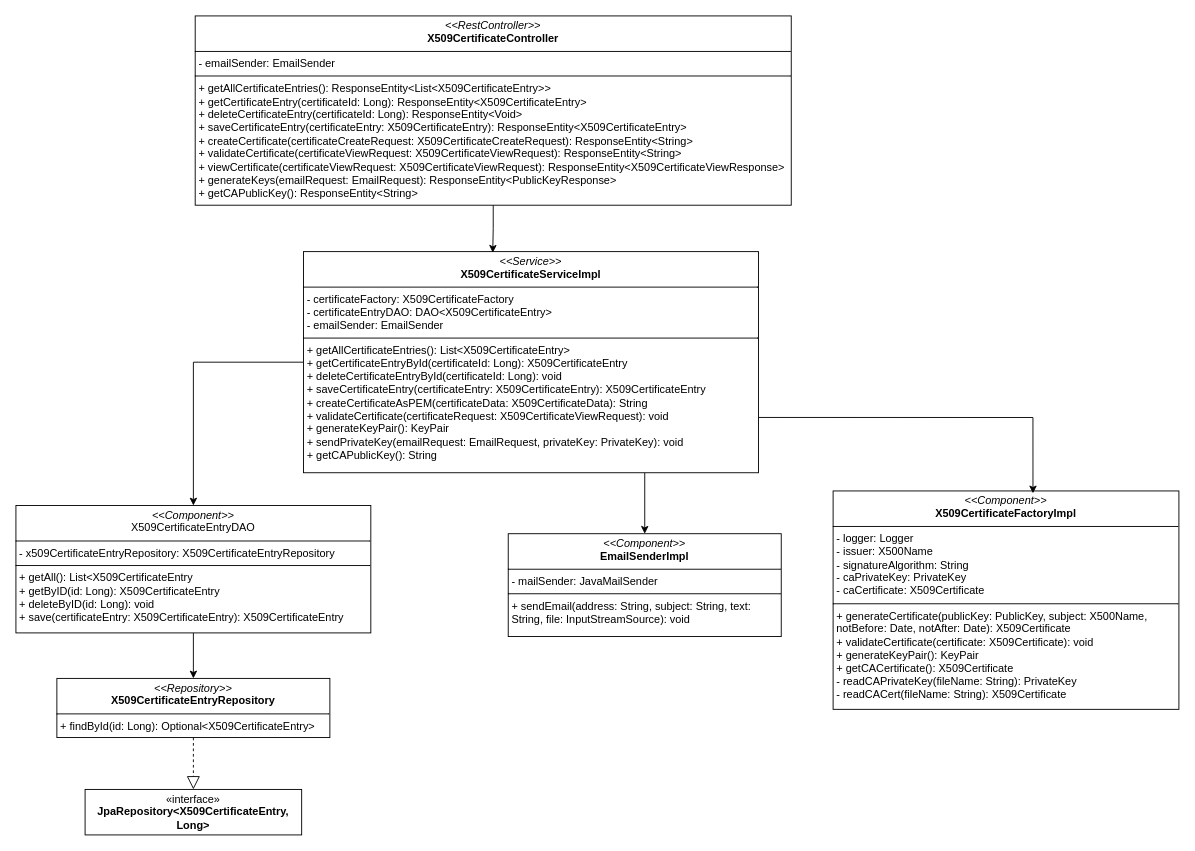
jamestesting0/certification-authority-backend keeps this draw.io diagram as assets/diagrams/certificate_service_uml.drawio. Above is the earlier version. Source tidied: cells renumbered, new cells numbered last; positions are measured from the earlier drawing's top-left corner, leaving out a move shared by most shapes. Both pictures are drawn from the tidied source at 91%, with x=0, y=0 at pixel (15, 15).
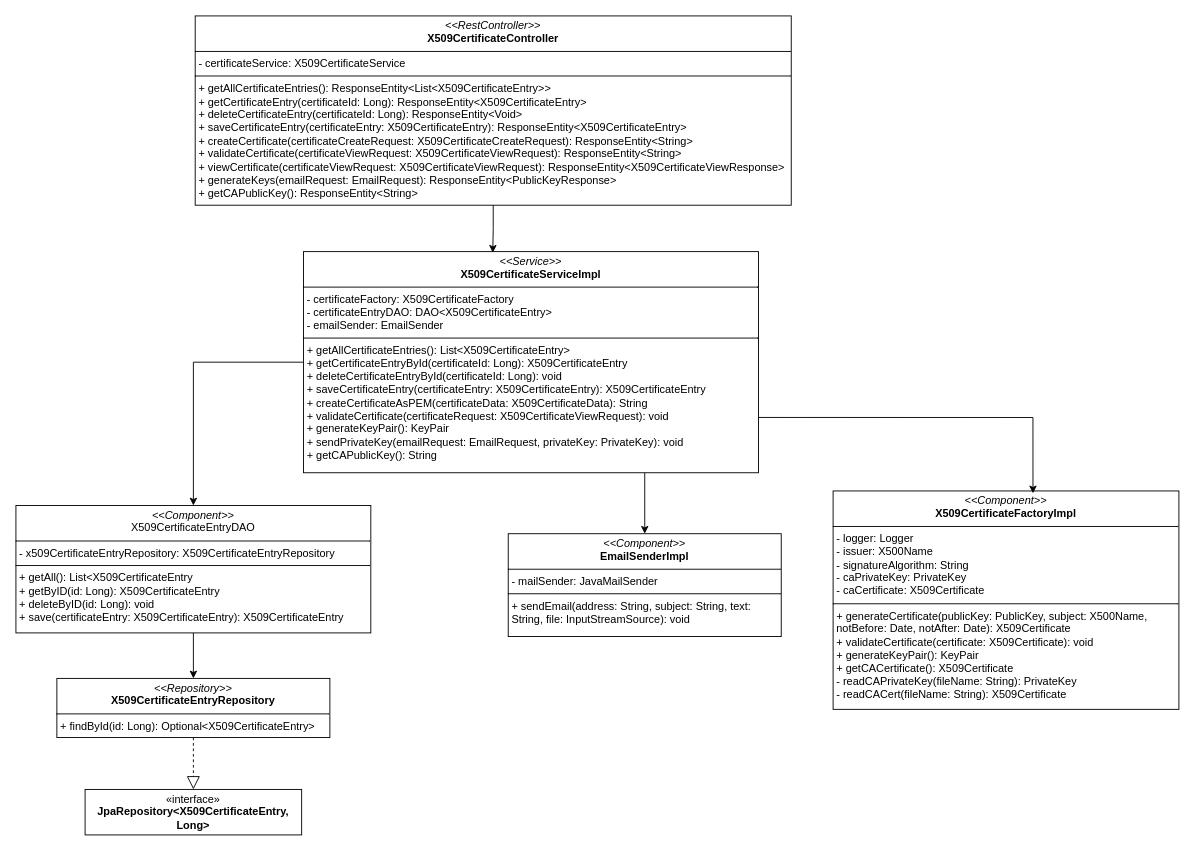
Above is the later version.

Commit message:
update UML diagram

The edit, as a diff of the source:
```diff
@@
 <mxGraphModel>
   <root>
     <mxCell id="0" />
     <mxCell id="1" parent="0" />
     <mxCell id="2" style="edgeStyle=orthogonalEdgeStyle;rounded=0;jettySize=auto;html=1;exitX=0;exitY=0.5;exitDx=0;exitDy=0;" parent="1" edge="1" source="4" target="8">
       <mxGeometry relative="1" as="geometry" />
     </mxCell>
     <mxCell id="3" style="edgeStyle=orthogonalEdgeStyle;rounded=0;jettySize=auto;html=1;exitX=0.75;exitY=1;exitDx=0;exitDy=0;" parent="1" edge="1" source="4" target="6">
       <mxGeometry relative="1" as="geometry" />
     </mxCell>
     <mxCell id="4" value="&lt;p style=&quot;margin:0px;margin-top:4px;text-align:center;&quot;&gt;&lt;i&gt;&amp;lt;&amp;lt;Service&amp;gt;&amp;gt;&lt;/i&gt;&lt;br&gt;&lt;b&gt;X509CertificateServiceImpl&lt;/b&gt;&lt;/p&gt;&lt;hr size=&quot;1&quot; style=&quot;border-style:solid;&quot;&gt;&lt;p style=&quot;margin:0px;margin-left:4px;&quot;&gt;- certificateFactory: X509CertificateFactory&lt;br&gt;- certificateEntryDAO: DAO&amp;lt;X509CertificateEntry&amp;gt;&lt;br&gt;&lt;/p&gt;&lt;p style=&quot;margin:0px;margin-left:4px;&quot;&gt;- emailSender: EmailSender&amp;nbsp;&lt;br&gt;&lt;/p&gt;&lt;hr size=&quot;1&quot; style=&quot;border-style:solid;&quot;&gt;&lt;p style=&quot;margin:0px;margin-left:4px;&quot;&gt;+ getAllCertificateEntries(): List&amp;lt;X509CertificateEntry&amp;gt;&lt;br&gt;+ getCertificateEntryById(certificateId: Long): X509CertificateEntry&lt;br&gt;+ deleteCertificateEntryById(certificateId: Long): void&lt;br&gt;+ saveCertificateEntry(certificateEntry: X509CertificateEntry): X509CertificateEntry&lt;br&gt;+ createCertificateAsPEM(certificateData: X509CertificateData): String&lt;br&gt;+ validateCertificate(certificateRequest: X509CertificateViewRequest): void&lt;br&gt;+ generateKeyPair(): KeyPair&lt;br&gt;+ sendPrivateKey(emailRequest: EmailRequest, privateKey: PrivateKey): void&lt;br&gt;+ getCAPublicKey(): String&amp;nbsp; &amp;nbsp;&amp;nbsp;&lt;br&gt;&lt;/p&gt;" style="verticalAlign=top;align=left;overflow=fill;html=1;whiteSpace=wrap;" parent="1" vertex="1">
       <mxGeometry x="316" y="259" width="500" height="243" as="geometry" />
     </mxCell>
     <mxCell id="5" value="&lt;p style=&quot;margin:0px;margin-top:4px;text-align:center;&quot;&gt;&lt;i&gt;&amp;lt;&amp;lt;Component&amp;gt;&amp;gt;&lt;/i&gt;&lt;br&gt;&lt;b&gt;X509CertificateFactoryImpl&lt;/b&gt;&lt;/p&gt;&lt;hr size=&quot;1&quot; style=&quot;border-style:solid;&quot;&gt;&lt;p style=&quot;margin:0px;margin-left:4px;&quot;&gt;- logger: Logger&lt;/p&gt;&lt;p style=&quot;margin:0px;margin-left:4px;&quot;&gt;- issuer: X500Name&lt;/p&gt;&lt;p style=&quot;margin:0px;margin-left:4px;&quot;&gt;- signatureAlgorithm: String&lt;/p&gt;&lt;p style=&quot;margin:0px;margin-left:4px;&quot;&gt;- caPrivateKey: PrivateKey&lt;/p&gt;&lt;p style=&quot;margin:0px;margin-left:4px;&quot;&gt;- caCertificate: X509Certificate&lt;br&gt;&lt;/p&gt;&lt;hr size=&quot;1&quot; style=&quot;border-style:solid;&quot;&gt;&lt;p style=&quot;margin:0px;margin-left:4px;&quot;&gt;+ generateCertificate(publicKey: PublicKey, subject: X500Name, notBefore: Date, notAfter: Date): X509Certificate&lt;br&gt;+ validateCertificate(certificate: X509Certificate): void&lt;br&gt;+ generateKeyPair(): KeyPair&lt;br&gt;+ getCACertificate(): X509Certificate&lt;br&gt;- readCAPrivateKey(fileName: String): PrivateKey&lt;br&gt;- readCACert(fileName: String): X509Certificate&amp;nbsp;&lt;br&gt;&lt;/p&gt;" style="verticalAlign=top;align=left;overflow=fill;html=1;whiteSpace=wrap;" parent="1" vertex="1">
       <mxGeometry x="898" y="522" width="380" height="240" as="geometry" />
     </mxCell>
     <mxCell id="6" value="&lt;p style=&quot;margin:0px;margin-top:4px;text-align:center;&quot;&gt;&lt;i&gt;&amp;lt;&amp;lt;Component&amp;gt;&amp;gt;&lt;/i&gt;&lt;br&gt;&lt;b&gt;EmailSenderImpl&lt;/b&gt;&lt;/p&gt;&lt;hr size=&quot;1&quot; style=&quot;border-style:solid;&quot;&gt;&lt;p style=&quot;margin:0px;margin-left:4px;&quot;&gt;- mailSender: JavaMailSender&amp;nbsp;&amp;nbsp;&lt;/p&gt;&lt;hr size=&quot;1&quot; style=&quot;border-style:solid;&quot;&gt;&lt;p style=&quot;margin:0px;margin-left:4px;&quot;&gt;+ sendEmail(address: String, subject: String, text: String, file: InputStreamSource): void&lt;br&gt;&lt;/p&gt;" style="verticalAlign=top;align=left;overflow=fill;html=1;whiteSpace=wrap;" parent="1" vertex="1">
       <mxGeometry x="541" y="569" width="300" height="113" as="geometry" />
     </mxCell>
     <mxCell id="7" style="edgeStyle=orthogonalEdgeStyle;rounded=0;jettySize=auto;html=1;exitX=0.5;exitY=1;exitDx=0;exitDy=0;entryX=0.5;entryY=0;entryDx=0;entryDy=0;" parent="1" edge="1" source="8" target="10">
       <mxGeometry relative="1" as="geometry" />
     </mxCell>
     <mxCell id="8" value="&lt;p style=&quot;margin:0px;margin-top:4px;text-align:center;&quot;&gt;&lt;i&gt;&amp;lt;&amp;lt;Component&amp;gt;&amp;gt;&lt;/i&gt;&lt;br&gt;X509CertificateEntryDAO&lt;br&gt;&lt;/p&gt;&lt;hr size=&quot;1&quot; style=&quot;border-style:solid;&quot;&gt;&lt;p style=&quot;margin:0px;margin-left:4px;&quot;&gt;- x509CertificateEntryRepository: X509CertificateEntryRepository&lt;br&gt;&lt;/p&gt;&lt;hr size=&quot;1&quot; style=&quot;border-style:solid;&quot;&gt;&lt;p style=&quot;margin:0px;margin-left:4px;&quot;&gt;+ getAll(): List&amp;lt;X509CertificateEntry&lt;/p&gt;&lt;p style=&quot;margin:0px;margin-left:4px;&quot;&gt;+ getByID(id: Long): X509CertificateEntry&lt;/p&gt;&lt;p style=&quot;margin:0px;margin-left:4px;&quot;&gt;+ deleteByID(id: Long): void&lt;/p&gt;&lt;p style=&quot;margin:0px;margin-left:4px;&quot;&gt;+ save(certificateEntry: X509CertificateEntry): X509CertificateEntry&lt;br&gt;&lt;/p&gt;" style="verticalAlign=top;align=left;overflow=fill;html=1;whiteSpace=wrap;" parent="1" vertex="1">
       <mxGeometry y="538" width="390" height="140" as="geometry" />
     </mxCell>
     <mxCell id="9" style="edgeStyle=orthogonalEdgeStyle;rounded=0;jettySize=auto;html=1;exitX=1;exitY=0.75;exitDx=0;exitDy=0;entryX=0.578;entryY=0.011;entryDx=0;entryDy=0;entryPerimeter=0;" parent="1" edge="1" source="4" target="5">
       <mxGeometry relative="1" as="geometry" />
     </mxCell>
     <mxCell id="10" value="&lt;p style=&quot;margin:0px;margin-top:4px;text-align:center;&quot;&gt;&lt;i&gt;&amp;lt;&amp;lt;Repository&amp;gt;&amp;gt;&lt;/i&gt;&lt;br&gt;&lt;b&gt;X509CertificateEntryRepository&lt;/b&gt;&lt;/p&gt;&lt;hr size=&quot;1&quot; style=&quot;border-style:solid;&quot;&gt;&lt;p style=&quot;margin:0px;margin-left:4px;&quot;&gt;&lt;span class=&quot;hljs-operator&quot;&gt;+&lt;/span&gt; findById(id: Long): Optional&lt;span class=&quot;hljs-operator&quot;&gt;&amp;lt;&lt;/span&gt;X509CertificateEntry&lt;span class=&quot;hljs-operator&quot;&gt;&amp;gt;&lt;/span&gt;&lt;br&gt;&lt;/p&gt;" style="verticalAlign=top;align=left;overflow=fill;html=1;whiteSpace=wrap;" parent="1" vertex="1">
       <mxGeometry x="45" y="728" width="300" height="65" as="geometry" />
     </mxCell>
     <mxCell id="11" style="endArrow=block;dashed=1;endFill=0;endSize=12;html=1;rounded=0;exitX=0.5;exitY=1;exitDx=0;exitDy=0;entryX=0.5;entryY=0;entryDx=0;entryDy=0;" parent="1" edge="1" source="10" target="12">
       <mxGeometry relative="1" as="geometry" />
     </mxCell>
     <mxCell id="12" value="«interface»&lt;br&gt;&lt;b&gt;JpaRepository&amp;lt;X509CertificateEntry, Long&amp;gt;&lt;/b&gt;" style="html=1;whiteSpace=wrap;" parent="1" vertex="1">
       <mxGeometry x="76" y="850" width="238" height="50" as="geometry" />
     </mxCell>
-    <mxCell id="13" value="&lt;p style=&quot;margin:0px;margin-top:4px;text-align:center;&quot;&gt;&lt;i&gt;&amp;lt;&amp;lt;RestController&amp;gt;&amp;gt;&lt;/i&gt;&lt;br&gt;&lt;b&gt;X509CertificateController&lt;/b&gt;&lt;/p&gt;&lt;hr size=&quot;1&quot; style=&quot;border-style:solid;&quot;&gt;&lt;p style=&quot;margin: 0px 0px 0px 4px;&quot;&gt;- emailSender: EmailSender&amp;nbsp;&lt;br&gt;&lt;/p&gt;&lt;hr style=&quot;border-style: solid;&quot; size=&quot;1&quot;&gt;&lt;p style=&quot;margin: 0px 0px 0px 4px;&quot;&gt;&lt;span style=&quot;background-color: initial;&quot;&gt;+ getAllCertificateEntries(): ResponseEntity&amp;lt;List&lt;/span&gt;&lt;span style=&quot;background-color: initial;&quot; class=&quot;hljs-tag&quot;&gt;&amp;lt;&lt;span class=&quot;hljs-name&quot;&gt;X509CertificateEntry&lt;/span&gt;&amp;gt;&lt;/span&gt;&lt;span style=&quot;background-color: initial;&quot;&gt;&amp;gt;&lt;/span&gt;&lt;br&gt;&lt;/p&gt;&lt;p style=&quot;margin:0px;margin-left:4px;&quot;&gt;+ getCertificateEntry(certificateId: Long): ResponseEntity&lt;span class=&quot;hljs-tag&quot;&gt;&amp;lt;&lt;span class=&quot;hljs-name&quot;&gt;X509CertificateEntry&lt;/span&gt;&amp;gt;&lt;/span&gt;&lt;br&gt;+ deleteCertificateEntry(certificateId: Long): ResponseEntity&lt;span class=&quot;hljs-tag&quot;&gt;&amp;lt;&lt;span class=&quot;hljs-name&quot;&gt;Void&lt;/span&gt;&amp;gt;&lt;/span&gt;&lt;br&gt;+ saveCertificateEntry(certificateEntry: X509CertificateEntry): ResponseEntity&lt;span class=&quot;hljs-tag&quot;&gt;&amp;lt;&lt;span class=&quot;hljs-name&quot;&gt;X509CertificateEntry&lt;/span&gt;&amp;gt;&lt;/span&gt;&lt;br&gt;+ createCertificate(certificateCreateRequest: X509CertificateCreateRequest): ResponseEntity&lt;span class=&quot;hljs-tag&quot;&gt;&amp;lt;&lt;span class=&quot;hljs-name&quot;&gt;String&lt;/span&gt;&amp;gt;&lt;/span&gt;&lt;br&gt;+ validateCertificate(certificateViewRequest: X509CertificateViewRequest): ResponseEntity&lt;span class=&quot;hljs-tag&quot;&gt;&amp;lt;&lt;span class=&quot;hljs-name&quot;&gt;String&lt;/span&gt;&amp;gt;&lt;/span&gt;&lt;br&gt;+ viewCertificate(certificateViewRequest: X509CertificateViewRequest): ResponseEntity&lt;span class=&quot;hljs-tag&quot;&gt;&amp;lt;&lt;span class=&quot;hljs-name&quot;&gt;X509CertificateViewResponse&lt;/span&gt;&amp;gt;&lt;/span&gt;&lt;br&gt;+ generateKeys(emailRequest: EmailRequest): ResponseEntity&lt;span class=&quot;hljs-tag&quot;&gt;&amp;lt;&lt;span class=&quot;hljs-name&quot;&gt;PublicKeyResponse&lt;/span&gt;&amp;gt;&lt;/span&gt;&lt;br&gt;+ getCAPublicKey(): ResponseEntity&lt;span class=&quot;hljs-tag&quot;&gt;&amp;lt;&lt;span class=&quot;hljs-name&quot;&gt;String&lt;/span&gt;&amp;gt;&lt;/span&gt;&lt;br&gt;&lt;/p&gt;" style="verticalAlign=top;align=left;overflow=fill;html=1;whiteSpace=wrap;" parent="1" vertex="1">
+    <mxCell id="13" value="&lt;p style=&quot;margin:0px;margin-top:4px;text-align:center;&quot;&gt;&lt;i&gt;&amp;lt;&amp;lt;RestController&amp;gt;&amp;gt;&lt;/i&gt;&lt;br&gt;&lt;b&gt;X509CertificateController&lt;/b&gt;&lt;/p&gt;&lt;hr size=&quot;1&quot; style=&quot;border-style:solid;&quot;&gt;&lt;p style=&quot;margin: 0px 0px 0px 4px;&quot;&gt;- certificateService: X509CertificateService&amp;nbsp;&lt;br&gt;&lt;/p&gt;&lt;hr style=&quot;border-style: solid;&quot; size=&quot;1&quot;&gt;&lt;p style=&quot;margin: 0px 0px 0px 4px;&quot;&gt;&lt;span style=&quot;background-color: initial;&quot;&gt;+ getAllCertificateEntries(): ResponseEntity&amp;lt;List&lt;/span&gt;&lt;span style=&quot;background-color: initial;&quot; class=&quot;hljs-tag&quot;&gt;&amp;lt;&lt;span class=&quot;hljs-name&quot;&gt;X509CertificateEntry&lt;/span&gt;&amp;gt;&lt;/span&gt;&lt;span style=&quot;background-color: initial;&quot;&gt;&amp;gt;&lt;/span&gt;&lt;br&gt;&lt;/p&gt;&lt;p style=&quot;margin:0px;margin-left:4px;&quot;&gt;+ getCertificateEntry(certificateId: Long): ResponseEntity&lt;span class=&quot;hljs-tag&quot;&gt;&amp;lt;&lt;span class=&quot;hljs-name&quot;&gt;X509CertificateEntry&lt;/span&gt;&amp;gt;&lt;/span&gt;&lt;br&gt;+ deleteCertificateEntry(certificateId: Long): ResponseEntity&lt;span class=&quot;hljs-tag&quot;&gt;&amp;lt;&lt;span class=&quot;hljs-name&quot;&gt;Void&lt;/span&gt;&amp;gt;&lt;/span&gt;&lt;br&gt;+ saveCertificateEntry(certificateEntry: X509CertificateEntry): ResponseEntity&lt;span class=&quot;hljs-tag&quot;&gt;&amp;lt;&lt;span class=&quot;hljs-name&quot;&gt;X509CertificateEntry&lt;/span&gt;&amp;gt;&lt;/span&gt;&lt;br&gt;+ createCertificate(certificateCreateRequest: X509CertificateCreateRequest): ResponseEntity&lt;span class=&quot;hljs-tag&quot;&gt;&amp;lt;&lt;span class=&quot;hljs-name&quot;&gt;String&lt;/span&gt;&amp;gt;&lt;/span&gt;&lt;br&gt;+ validateCertificate(certificateViewRequest: X509CertificateViewRequest): ResponseEntity&lt;span class=&quot;hljs-tag&quot;&gt;&amp;lt;&lt;span class=&quot;hljs-name&quot;&gt;String&lt;/span&gt;&amp;gt;&lt;/span&gt;&lt;br&gt;+ viewCertificate(certificateViewRequest: X509CertificateViewRequest): ResponseEntity&lt;span class=&quot;hljs-tag&quot;&gt;&amp;lt;&lt;span class=&quot;hljs-name&quot;&gt;X509CertificateViewResponse&lt;/span&gt;&amp;gt;&lt;/span&gt;&lt;br&gt;+ generateKeys(emailRequest: EmailRequest): ResponseEntity&lt;span class=&quot;hljs-tag&quot;&gt;&amp;lt;&lt;span class=&quot;hljs-name&quot;&gt;PublicKeyResponse&lt;/span&gt;&amp;gt;&lt;/span&gt;&lt;br&gt;+ getCAPublicKey(): ResponseEntity&lt;span class=&quot;hljs-tag&quot;&gt;&amp;lt;&lt;span class=&quot;hljs-name&quot;&gt;String&lt;/span&gt;&amp;gt;&lt;/span&gt;&lt;br&gt;&lt;/p&gt;" style="verticalAlign=top;align=left;overflow=fill;html=1;whiteSpace=wrap;" parent="1" vertex="1">
       <mxGeometry x="197" width="655" height="208" as="geometry" />
     </mxCell>
     <mxCell id="14" style="edgeStyle=orthogonalEdgeStyle;rounded=0;jettySize=auto;html=1;exitX=0.5;exitY=1;exitDx=0;exitDy=0;entryX=0.416;entryY=0.005;entryDx=0;entryDy=0;entryPerimeter=0;" parent="1" edge="1" source="13" target="4">
       <mxGeometry relative="1" as="geometry" />
     </mxCell>
   </root>
 </mxGraphModel>
```
